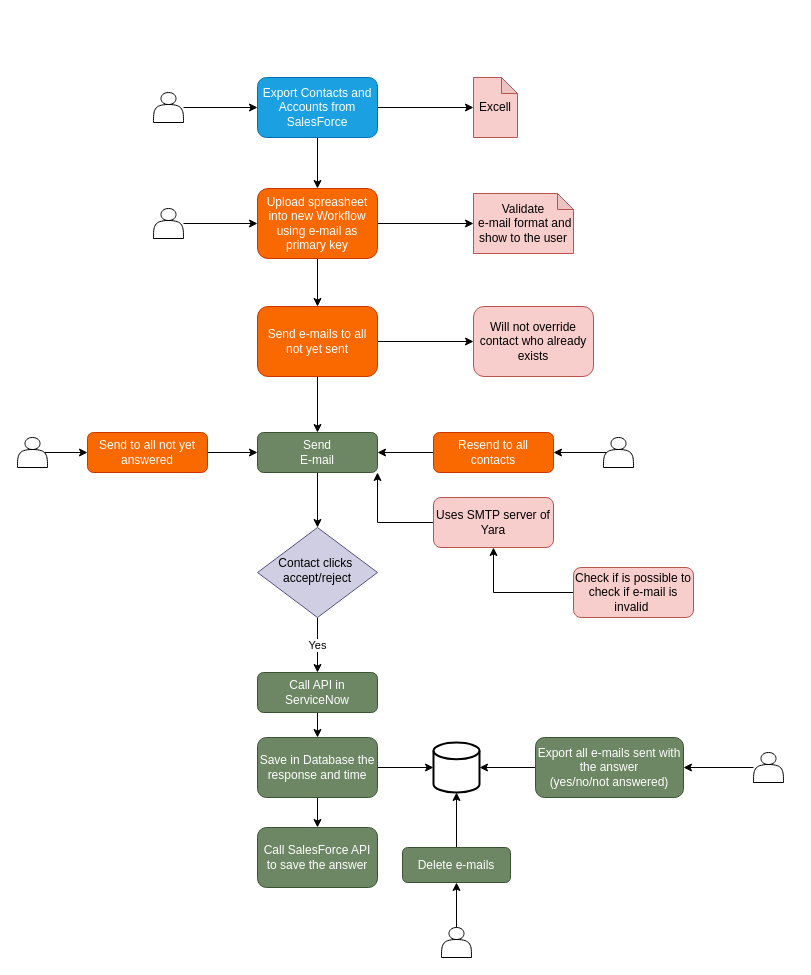
Earlier version of the draw.io diagram LGPD.drawio (anlugifa/drawio). Source tidied: cells renumbered, new cells numbered last; positions are measured from the earlier drawing's top-left corner, leaving out a move shared by most shapes. Both pictures are drawn from the tidied source at 100%, with x=0, y=0 at pixel (17, 77).
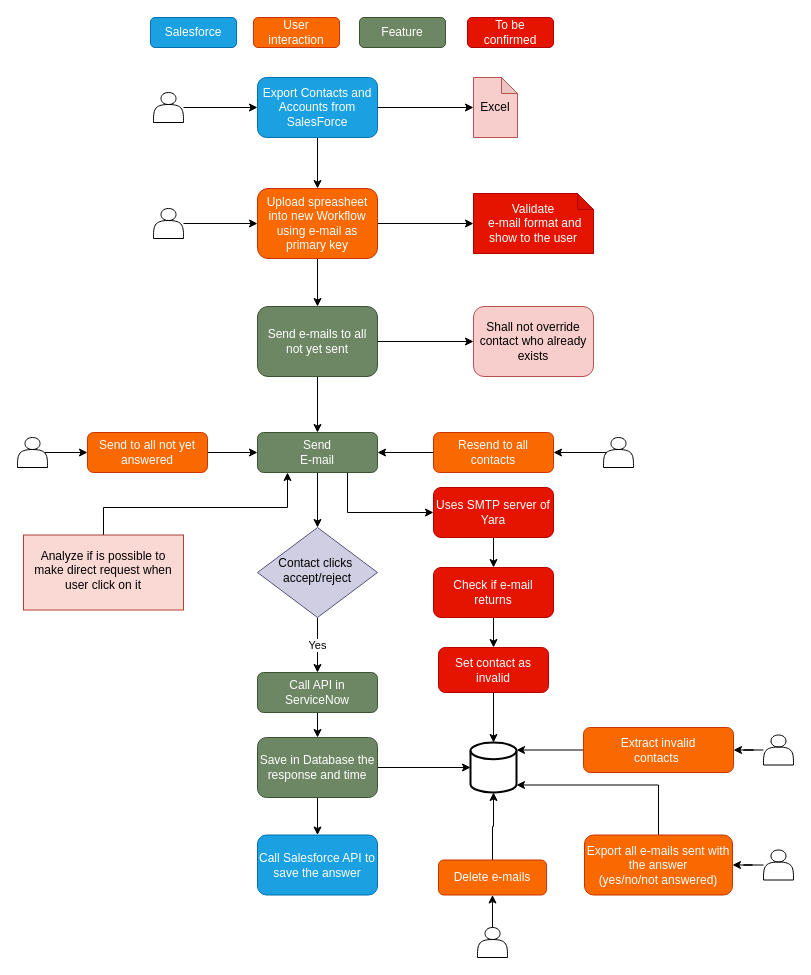
After the change.

Unchanged cells that the change refers to:
```xml
<mxCell id="6" value="Send&lt;br&gt;E-mail" style="rounded=1;whiteSpace=wrap;html=1;fontSize=12;glass=0;strokeWidth=1;shadow=0;fillColor=#6d8764;strokeColor=#3A5431;fontColor=#ffffff;" parent="1" vertex="1">
  <mxGeometry x="240" y="355" width="120" height="40" as="geometry" />
</mxCell>
```

Change to the diagram source:
```diff
@@
+    <mxCell id="49" style="edgeStyle=orthogonalEdgeStyle;rounded=0;jettySize=auto;html=1;exitX=0.75;exitY=1;exitDx=0;exitDy=0;entryX=0;entryY=0.5;entryDx=0;entryDy=0;" parent="1" edge="1" source="6" target="41">
+      <mxGeometry relative="1" as="geometry" />
+    </mxCell>
@@
-    <mxCell id="12" value="Send e-mails to all not yet sent" style="rounded=1;whiteSpace=wrap;html=1;fontSize=12;glass=0;strokeWidth=1;shadow=0;fillColor=#fa6800;strokeColor=#C73500;fontColor=#ffffff;" parent="1" vertex="1">
+    <mxCell id="12" value="Send e-mails to all not yet sent" style="rounded=1;whiteSpace=wrap;html=1;fontSize=12;glass=0;strokeWidth=1;shadow=0;fillColor=#6d8764;strokeColor=#3A5431;fontColor=#ffffff;" parent="1" vertex="1">
       <mxGeometry x="240" y="229" width="120" height="70" as="geometry" />
     </mxCell>
@@
-    <mxCell id="26" value="Call SalesForce API to save the answer" style="whiteSpace=wrap;html=1;rounded=1;shadow=0;fontColor=#ffffff;strokeColor=#3A5431;strokeWidth=1;fillColor=#6d8764;glass=0;" parent="1" vertex="1">
-      <mxGeometry x="240" y="750" width="120" height="60" as="geometry" />
+    <mxCell id="26" value="Call Salesforce API to save the answer" style="whiteSpace=wrap;html=1;rounded=1;shadow=0;fontColor=#ffffff;strokeColor=#006EAF;strokeWidth=1;fillColor=#1ba1e2;glass=0;" parent="1" vertex="1">
+      <mxGeometry x="240" y="757.5" width="120" height="60" as="geometry" />
     </mxCell>
@@
     <mxCell id="28" style="shape=actor;whiteSpace=wrap;html=1;" parent="1" vertex="1">
-      <mxGeometry x="736" y="675" width="30" height="30" as="geometry" />
+      <mxGeometry x="746" y="772.5" width="30" height="30" as="geometry" />
     </mxCell>
@@
     <mxCell id="35" style="strokeWidth=2;html=1;shape=mxgraph.flowchart.database;whiteSpace=wrap;" parent="1" vertex="1">
-      <mxGeometry x="416" y="665" width="46" height="50" as="geometry" />
+      <mxGeometry x="453" y="665" width="46" height="50" as="geometry" />
     </mxCell>
-    <mxCell id="36" style="edgeStyle=orthogonalEdgeStyle;rounded=0;jettySize=auto;html=1;entryX=1;entryY=0.5;entryDx=0;entryDy=0;entryPerimeter=0;" parent="1" edge="1" source="37" target="35">
-      <mxGeometry relative="1" as="geometry" />
+    <mxCell id="36" style="edgeStyle=orthogonalEdgeStyle;rounded=0;jettySize=auto;html=1;entryX=1;entryY=0.85;entryDx=0;entryDy=0;entryPerimeter=0;exitX=0.5;exitY=0;exitDx=0;exitDy=0;" parent="1" edge="1" source="37" target="35">
+      <mxGeometry relative="1" as="geometry">
+        <Array as="points">
+          <mxPoint x="641" y="707" />
+        </Array>
+      </mxGeometry>
     </mxCell>
-    <mxCell id="37" value="Export all e-mails sent with the answer&lt;br&gt;(yes/no/not answered)" style="whiteSpace=wrap;html=1;rounded=1;shadow=0;strokeWidth=1;glass=0;fillColor=#6d8764;strokeColor=#3A5431;fontColor=#ffffff;" parent="1" vertex="1">
-      <mxGeometry x="518" y="660" width="148" height="60" as="geometry" />
+    <mxCell id="37" value="Export all e-mails sent with the answer&lt;br&gt;(yes/no/not answered)" style="whiteSpace=wrap;html=1;rounded=1;shadow=0;strokeWidth=1;glass=0;fillColor=#fa6800;strokeColor=#C73500;fontColor=#ffffff;" parent="1" vertex="1">
+      <mxGeometry x="567" y="757.5" width="148" height="60" as="geometry" />
     </mxCell>
-    <mxCell id="38" value="Excell" style="shape=note;whiteSpace=wrap;html=1;backgroundOutline=1;darkOpacity=0.05;rounded=1;shadow=0;strokeColor=#b85450;strokeWidth=1;fillColor=#f8cecc;glass=0;size=16;" parent="1" vertex="1">
+    <mxCell id="38" value="Excel" style="shape=note;whiteSpace=wrap;html=1;backgroundOutline=1;darkOpacity=0.05;rounded=1;shadow=0;strokeColor=#b85450;strokeWidth=1;fillColor=#f8cecc;glass=0;size=16;" parent="1" vertex="1">
       <mxGeometry x="456" width="44" height="60" as="geometry" />
     </mxCell>
-    <mxCell id="39" value="Will not override contact who already exists" style="rounded=1;whiteSpace=wrap;html=1;fontSize=12;glass=0;strokeWidth=1;shadow=0;fillColor=#f8cecc;strokeColor=#b85450;" parent="1" vertex="1">
+    <mxCell id="39" value="Shall not override contact who already exists" style="rounded=1;whiteSpace=wrap;html=1;fontSize=12;glass=0;strokeWidth=1;shadow=0;fillColor=#f8cecc;strokeColor=#b85450;" parent="1" vertex="1">
       <mxGeometry x="456" y="229" width="120" height="70" as="geometry" />
     </mxCell>
-    <mxCell id="40" style="edgeStyle=orthogonalEdgeStyle;rounded=0;jettySize=auto;html=1;entryX=1;entryY=1;entryDx=0;entryDy=0;" parent="1" edge="1" source="41" target="6">
-      <mxGeometry relative="1" as="geometry" />
-    </mxCell>
+    <mxCell id="50" style="edgeStyle=orthogonalEdgeStyle;rounded=0;jettySize=auto;html=1;entryX=0.5;entryY=0;entryDx=0;entryDy=0;" parent="1" edge="1" source="41" target="47">
+      <mxGeometry relative="1" as="geometry" />
+    </mxCell>
-    <mxCell id="41" value="Uses SMTP server of Yara" style="rounded=1;whiteSpace=wrap;html=1;fontSize=12;glass=0;strokeWidth=1;shadow=0;fillColor=#f8cecc;strokeColor=#b85450;" parent="1" vertex="1">
-      <mxGeometry x="416" y="420" width="120" height="50" as="geometry" />
+    <mxCell id="41" value="Uses SMTP server of Yara" style="rounded=1;whiteSpace=wrap;html=1;fontSize=12;glass=0;strokeWidth=1;shadow=0;fillColor=#e51400;strokeColor=#B20000;fontColor=#ffffff;" parent="1" vertex="1">
+      <mxGeometry x="416" y="410" width="120" height="50" as="geometry" />
     </mxCell>
@@
     <mxCell id="43" style="shape=actor;whiteSpace=wrap;html=1;" parent="1" vertex="1">
-      <mxGeometry x="424" y="850" width="30" height="30" as="geometry" />
+      <mxGeometry x="460" y="850" width="30" height="30" as="geometry" />
     </mxCell>
@@
-    <mxCell id="45" value="Delete e-mails" style="whiteSpace=wrap;html=1;rounded=1;shadow=0;strokeWidth=1;glass=0;fillColor=#6d8764;strokeColor=#3A5431;fontColor=#ffffff;" parent="1" vertex="1">
-      <mxGeometry x="385" y="770" width="108" height="35" as="geometry" />
+    <mxCell id="45" value="Delete e-mails" style="whiteSpace=wrap;html=1;rounded=1;shadow=0;strokeWidth=1;glass=0;fillColor=#fa6800;strokeColor=#C73500;fontColor=#ffffff;" parent="1" vertex="1">
+      <mxGeometry x="421" y="782.5" width="108" height="35" as="geometry" />
     </mxCell>
-    <mxCell id="46" style="edgeStyle=orthogonalEdgeStyle;rounded=0;jettySize=auto;html=1;" parent="1" edge="1" source="47" target="41">
-      <mxGeometry relative="1" as="geometry" />
-    </mxCell>
+    <mxCell id="51" style="edgeStyle=orthogonalEdgeStyle;rounded=0;jettySize=auto;html=1;" parent="1" edge="1" source="47" target="53">
+      <mxGeometry relative="1" as="geometry" />
+    </mxCell>
-    <mxCell id="47" value="Check if is possible to check if e-mail is invalid&amp;nbsp;" style="rounded=1;whiteSpace=wrap;html=1;fontSize=12;glass=0;strokeWidth=1;shadow=0;fillColor=#f8cecc;strokeColor=#b85450;" parent="1" vertex="1">
-      <mxGeometry x="556" y="490" width="120" height="50" as="geometry" />
+    <mxCell id="47" value="Check if e-mail returns" style="rounded=1;whiteSpace=wrap;html=1;fontSize=12;glass=0;strokeWidth=1;shadow=0;fillColor=#e51400;strokeColor=#B20000;fontColor=#ffffff;" parent="1" vertex="1">
+      <mxGeometry x="416" y="490" width="120" height="50" as="geometry" />
     </mxCell>
-    <mxCell id="48" value="Validate&lt;br&gt;&amp;nbsp;e-mail format and show to the user" style="shape=note;whiteSpace=wrap;html=1;backgroundOutline=1;darkOpacity=0.05;rounded=1;shadow=0;strokeColor=#b85450;strokeWidth=1;fillColor=#f8cecc;glass=0;size=16;" parent="1" vertex="1">
-      <mxGeometry x="456" y="116" width="100" height="60" as="geometry" />
+    <mxCell id="48" value="Validate&lt;br&gt;&amp;nbsp;e-mail format and show to the user" style="shape=note;whiteSpace=wrap;html=1;backgroundOutline=1;darkOpacity=0.05;rounded=1;shadow=0;strokeColor=#B20000;strokeWidth=1;fillColor=#e51400;glass=0;size=16;fontColor=#ffffff;" parent="1" vertex="1">
+      <mxGeometry x="456" y="116" width="120" height="60" as="geometry" />
     </mxCell>
+    <mxCell id="52" style="edgeStyle=orthogonalEdgeStyle;rounded=0;jettySize=auto;html=1;entryX=0.5;entryY=0;entryDx=0;entryDy=0;entryPerimeter=0;" parent="1" edge="1" source="53" target="35">
+      <mxGeometry relative="1" as="geometry" />
+    </mxCell>
+    <mxCell id="53" value="Set contact as invalid" style="whiteSpace=wrap;html=1;rounded=1;shadow=0;fontColor=#ffffff;strokeColor=#B20000;strokeWidth=1;fillColor=#e51400;glass=0;" parent="1" vertex="1">
+      <mxGeometry x="421" y="570" width="110" height="45" as="geometry" />
+    </mxCell>
+    <mxCell id="54" style="edgeStyle=orthogonalEdgeStyle;rounded=0;jettySize=auto;html=1;entryX=1;entryY=0.5;entryDx=0;entryDy=0;" parent="1" edge="1" source="55" target="57">
+      <mxGeometry relative="1" as="geometry" />
+    </mxCell>
+    <mxCell id="55" style="shape=actor;whiteSpace=wrap;html=1;" parent="1" vertex="1">
+      <mxGeometry x="746" y="657.5" width="30" height="30" as="geometry" />
+    </mxCell>
+    <mxCell id="56" style="edgeStyle=orthogonalEdgeStyle;rounded=0;jettySize=auto;html=1;entryX=1;entryY=0.15;entryDx=0;entryDy=0;entryPerimeter=0;" parent="1" edge="1" source="57" target="35">
+      <mxGeometry relative="1" as="geometry" />
+    </mxCell>
+    <mxCell id="57" value="Extract invalid&lt;br&gt;contacts&amp;nbsp;" style="whiteSpace=wrap;html=1;rounded=1;shadow=0;fontColor=#ffffff;strokeColor=#C73500;strokeWidth=1;fillColor=#fa6800;glass=0;" parent="1" vertex="1">
+      <mxGeometry x="566" y="650" width="150" height="45" as="geometry" />
+    </mxCell>
+    <mxCell id="58" style="edgeStyle=orthogonalEdgeStyle;rounded=0;jettySize=auto;html=1;entryX=0.25;entryY=1;entryDx=0;entryDy=0;" parent="1" edge="1" source="59" target="6">
+      <mxGeometry relative="1" as="geometry">
+        <Array as="points">
+          <mxPoint x="86" y="430" />
+          <mxPoint x="270" y="430" />
+        </Array>
+      </mxGeometry>
+    </mxCell>
+    <mxCell id="59" value="Analyze if is possible to make direct request when user click on it" style="whiteSpace=wrap;html=1;shadow=0;strokeColor=#ae4132;strokeWidth=1;fillColor=#fad9d5;spacing=6;spacingTop=-4;" parent="1" vertex="1">
+      <mxGeometry x="6" y="457.5" width="160" height="75" as="geometry" />
+    </mxCell>
+    <mxCell id="60" value="Salesforce" style="rounded=1;whiteSpace=wrap;html=1;fontSize=12;glass=0;strokeWidth=1;shadow=0;fillColor=#1ba1e2;strokeColor=#006EAF;fontColor=#ffffff;" parent="1" vertex="1">
+      <mxGeometry x="133" y="-60" width="86" height="30" as="geometry" />
+    </mxCell>
+    <mxCell id="61" value="User interaction" style="rounded=1;whiteSpace=wrap;html=1;fontSize=12;glass=0;strokeWidth=1;shadow=0;fillColor=#fa6800;strokeColor=#C73500;fontColor=#ffffff;" parent="1" vertex="1">
+      <mxGeometry x="236" y="-60" width="86" height="30" as="geometry" />
+    </mxCell>
+    <mxCell id="62" value="Feature" style="rounded=1;whiteSpace=wrap;html=1;fontSize=12;glass=0;strokeWidth=1;shadow=0;fillColor=#6d8764;strokeColor=#3A5431;fontColor=#ffffff;" parent="1" vertex="1">
+      <mxGeometry x="342" y="-60" width="86" height="30" as="geometry" />
+    </mxCell>
+    <mxCell id="63" value="To be confirmed" style="rounded=1;whiteSpace=wrap;html=1;fontSize=12;glass=0;strokeWidth=1;shadow=0;fillColor=#e51400;strokeColor=#B20000;fontColor=#ffffff;" parent="1" vertex="1">
+      <mxGeometry x="450" y="-60" width="86" height="30" as="geometry" />
+    </mxCell>
```
